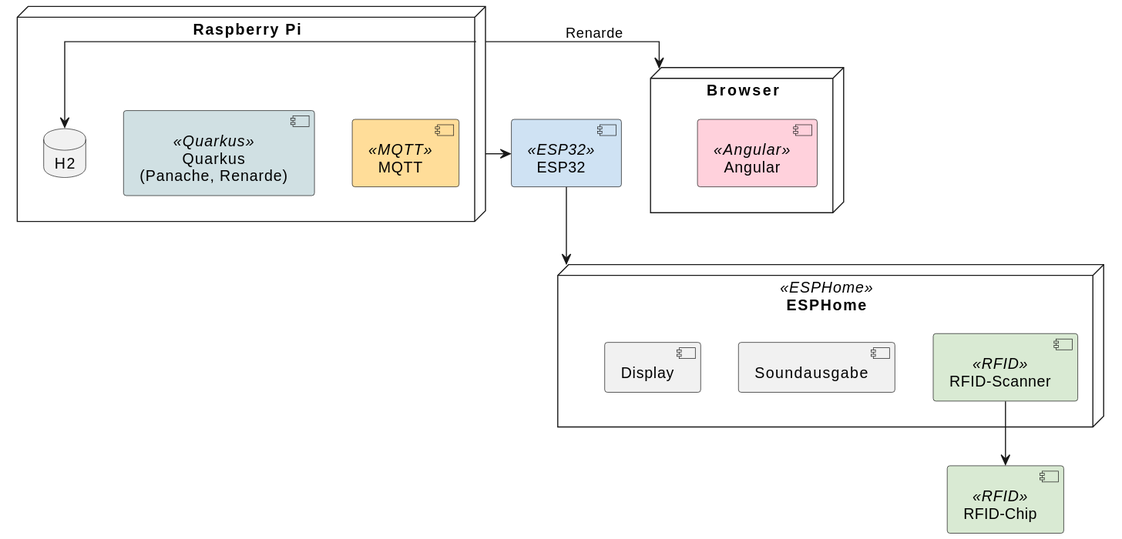
The PlantUML diagram images/project-architecture.svg in 2425-4chif-syp/01-projekte-2025-4chif-syp-cura, before a commit. Its source is kept beside it as diagrams/project-architecture.puml.
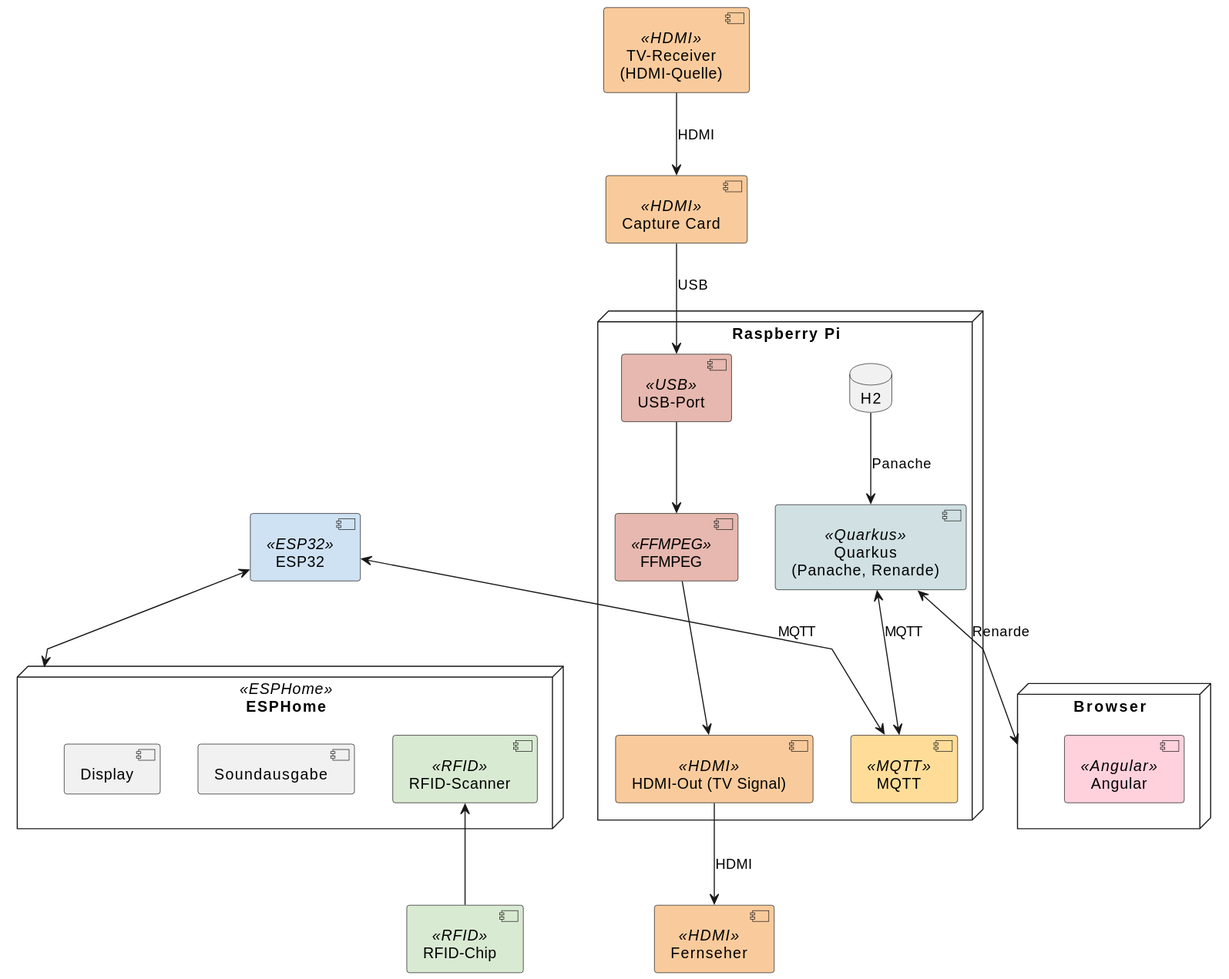
Above is the later version.

What changed in the source:
```diff
@@ -3,6 +3,7 @@
 !define RECTANGLE class
 skinparam defaultTextAlignment center
 skinparam linetype ortho
+skinparam linetype polyline
 skinparam component {
     BackgroundColor<<MQTT>> #FFDD99
     BackgroundColor<<Quarkus>> #D0E0E3
@@ -10,6 +11,9 @@
     BackgroundColor<<ESP32>> #CFE2F3
     BackgroundColor<<ESPHome>> #EAD1DC
     BackgroundColor<<RFID>> #D9EAD3
+    BackgroundColor<<HDMI>> #F9CB9C
+    BackgroundColor<<USB>> #E6B8AF
+    BackgroundColor<<FFMPEG>> #E6B8AF
     FontColor black
 }
 
@@ -17,6 +21,9 @@
     [MQTT] <<MQTT>>
     [Quarkus\n(Panache, Renarde)] <<Quarkus>>
     database "H2" as h2
+    [HDMI-Out (TV Signal)] <<HDMI>>
+    [USB-Port] <<USB>>
+    [FFMPEG] <<FFMPEG>>
 }
 
 node "Browser" as browser {
@@ -33,12 +40,23 @@
 
 component "RFID-Chip" as rfidchip <<RFID>>
 
-raspberryPi --> esp
-raspberryPi --> browser : Renarde
-raspberryPi --> h2
+component "TV-Receiver\n(HDMI-Quelle)" as tvReceiver <<HDMI>>
+component "Capture Card" as captureCard <<HDMI>>
+component "Fernseher" as tv <<HDMI>>
 
-esp --> esphome
+[Quarkus\n(Panache, Renarde)] <--> browser : Renarde
+h2 --> [Quarkus\n(Panache, Renarde)] : Panache
 
-rfidscanner --> rfidchip
+esp <--> esphome
+esp <--> [MQTT] : MQTT
+[Quarkus\n(Panache, Renarde)] <--> [MQTT] : MQTT
+
+rfidscanner <-- rfidchip
+
+tvReceiver --> captureCard : HDMI
+captureCard --> [USB-Port] : USB
+[USB-Port] --> [FFMPEG]
+[FFMPEG] --> [HDMI-Out (TV Signal)]
+[HDMI-Out (TV Signal)] --> tv : HDMI
 
 @enduml
```
